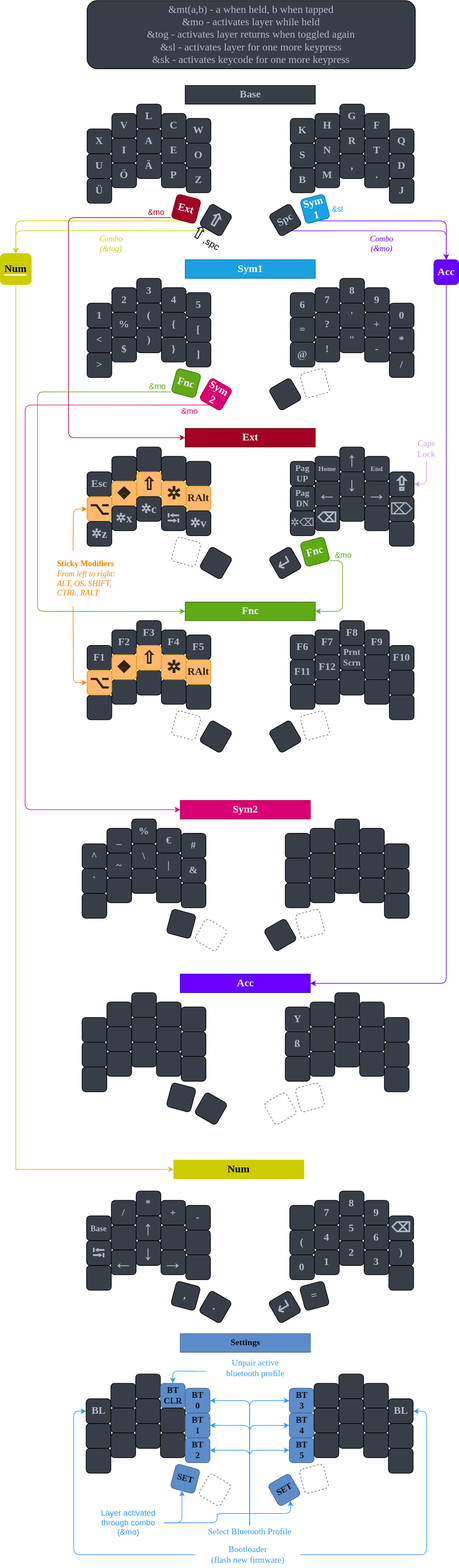
Earlier version of the draw.io export Layout/Sweepd_Neo2.svg (hoyohayo/zmk-config). Source tidied: cells renumbered, new cells last; positions are measured from the earlier drawing's top-left corner, leaving out a move shared by most shapes.
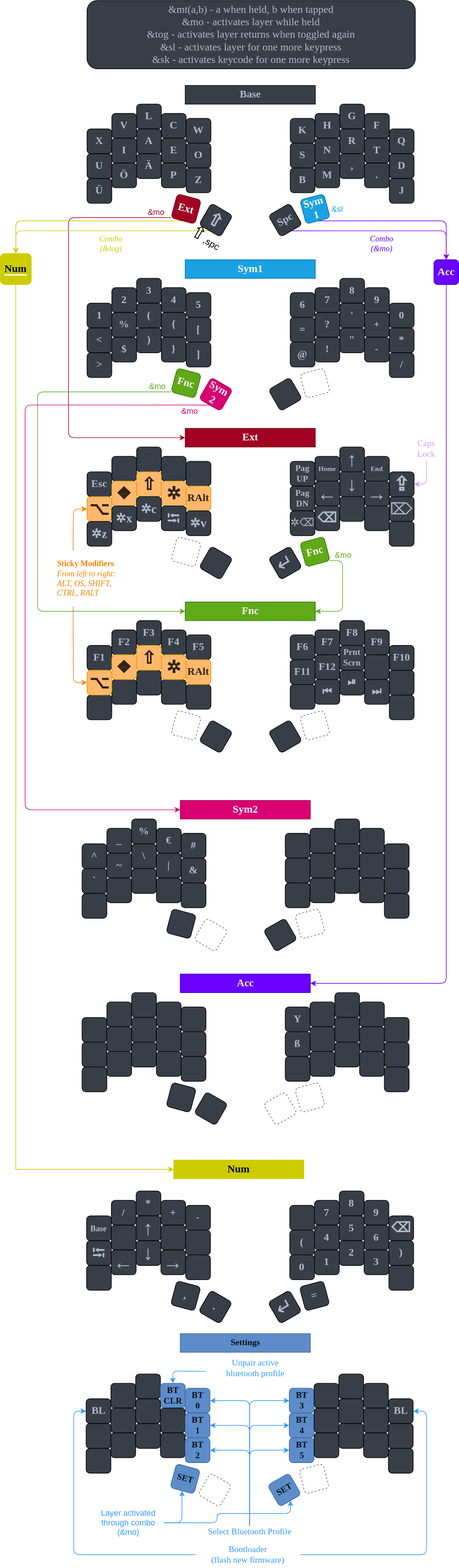
After the commit.

Diff of the diagram source:
```diff
@@ -442,13 +442,13 @@
     <mxCell id="140" style="whiteSpace=wrap;html=1;fontSize=17;fontFamily=Verdana;fontStyle=1;fillColor=#383E47;strokeColor=default;fontColor=#AFB9C7;rounded=1;" parent="1" vertex="1">
       <mxGeometry x="468" y="1103" width="40" height="40" as="geometry" />
     </mxCell>
-    <mxCell id="141" style="whiteSpace=wrap;html=1;fontSize=17;fontFamily=Verdana;fontStyle=1;fontColor=#AFB9C7;fillColor=#383E47;rounded=1;" parent="1" vertex="1">
+    <mxCell id="141" value="⏮" style="whiteSpace=wrap;html=1;fontSize=17;fontFamily=Verdana;fontStyle=1;fontColor=#AFB9C7;fillColor=#383E47;rounded=1;" parent="1" vertex="1">
       <mxGeometry x="508" y="1095" width="40" height="40" as="geometry" />
     </mxCell>
-    <mxCell id="142" style="whiteSpace=wrap;html=1;fontSize=17;fontFamily=Verdana;fontStyle=1;fontColor=#AFB9C7;fillColor=#383E47;rounded=1;" parent="1" vertex="1">
+    <mxCell id="142" value="⏯" style="whiteSpace=wrap;html=1;fontSize=17;fontFamily=Verdana;fontStyle=1;fontColor=#AFB9C7;fillColor=#383E47;rounded=1;" parent="1" vertex="1">
       <mxGeometry x="548" y="1080" width="40" height="40" as="geometry" />
     </mxCell>
-    <mxCell id="143" style="whiteSpace=wrap;html=1;fontSize=17;fontFamily=Verdana;fontStyle=1;fontColor=#AFB9C7;fillColor=#383E47;rounded=1;" parent="1" vertex="1">
+    <mxCell id="143" value="⏭" style="whiteSpace=wrap;html=1;fontSize=17;fontFamily=Verdana;fontStyle=1;fontColor=#AFB9C7;fillColor=#383E47;rounded=1;" parent="1" vertex="1">
       <mxGeometry x="588" y="1095" width="40" height="40" as="geometry" />
     </mxCell>
     <mxCell id="144" style="whiteSpace=wrap;html=1;fontSize=17;fontFamily=Verdana;fontStyle=1;fontColor=#AFB9C7;fillColor=#383E47;rounded=1;" parent="1" vertex="1">
```
